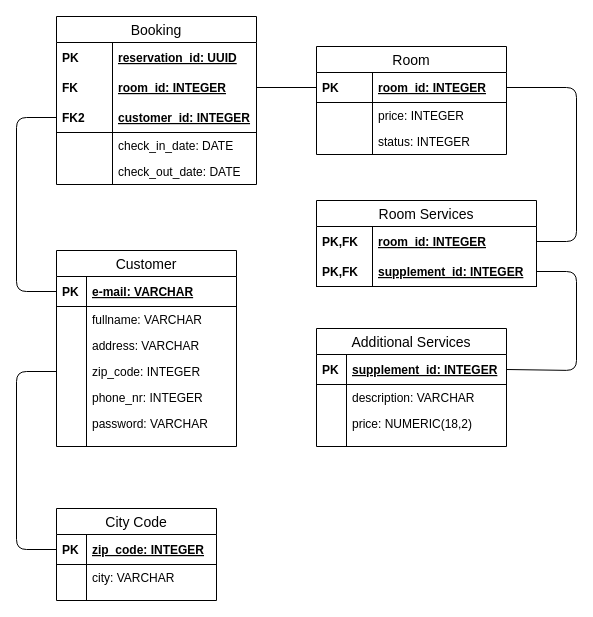
Earlier version of the draw.io diagram Dokumentation/RDS.drawio (NansyT/CountryLiving). Source tidied: cells renumbered, new cells numbered last; positions are measured from the earlier drawing's top-left corner, leaving out a move shared by most shapes. Both pictures are drawn from the tidied source at 100%, with x=0, y=0 at pixel (16, 16).
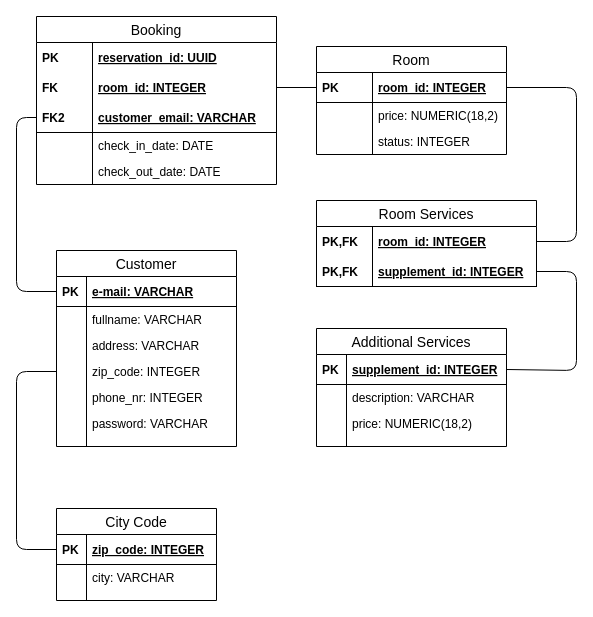
Above is the later version.

Unchanged cells that the change refers to:
```xml
<mxCell id="2" value="Room" style="swimlane;fontStyle=0;horizontal=1;startSize=26;align=center;fontSize=14;" parent="1" vertex="1">
  <mxGeometry x="300" y="30" width="190" height="108" as="geometry" />
</mxCell>
```

Change to the diagram source:
```diff
@@
-    <mxCell id="5" value="price: INTEGER" style="shape=partialRectangle;top=0;left=0;right=0;bottom=0;align=left;verticalAlign=top;fillColor=none;spacingLeft=60;spacingRight=4;overflow=hidden;fontSize=12;" parent="2" vertex="1">
+    <mxCell id="5" value="price: NUMERIC(18,2)" style="shape=partialRectangle;top=0;left=0;right=0;bottom=0;align=left;verticalAlign=top;fillColor=none;spacingLeft=60;spacingRight=4;overflow=hidden;fontSize=12;" parent="2" vertex="1">
       <mxGeometry y="56" width="190" height="26" as="geometry" />
     </mxCell>
@@
     <mxCell id="11" value="Booking" style="swimlane;fontStyle=0;horizontal=1;startSize=26;align=center;fontSize=14;" parent="1" vertex="1">
-      <mxGeometry x="40" width="200" height="168" as="geometry" />
+      <mxGeometry x="20" width="240" height="168" as="geometry" />
     </mxCell>
     <mxCell id="12" value="reservation_id: UUID" style="shape=partialRectangle;top=0;left=0;right=0;bottom=0;align=left;verticalAlign=middle;fillColor=none;spacingLeft=60;spacingRight=4;overflow=hidden;fontStyle=5;fontSize=12;" parent="11" vertex="1">
-      <mxGeometry y="26" width="200" height="30" as="geometry" />
+      <mxGeometry y="26" width="240" height="30" as="geometry" />
     </mxCell>
@@
     <mxCell id="14" value="room_id: INTEGER" style="shape=partialRectangle;top=0;left=0;right=0;bottom=0;align=left;verticalAlign=middle;fillColor=none;spacingLeft=60;spacingRight=4;overflow=hidden;points=[[0,0.5],[1,0.5]];portConstraint=eastwest;fontStyle=5;fontSize=12;" parent="11" vertex="1">
-      <mxGeometry y="56" width="200" height="30" as="geometry" />
+      <mxGeometry y="56" width="240" height="30" as="geometry" />
     </mxCell>
@@
-    <mxCell id="16" value="customer_id: INTEGER" style="shape=partialRectangle;top=0;left=0;right=0;bottom=1;align=left;verticalAlign=middle;fillColor=none;spacingLeft=60;spacingRight=4;overflow=hidden;points=[[0,0.5],[1,0.5]];portConstraint=eastwest;fontStyle=5;fontSize=12;" parent="11" vertex="1">
-      <mxGeometry y="86" width="200" height="30" as="geometry" />
+    <mxCell id="16" value="customer_email: VARCHAR" style="shape=partialRectangle;top=0;left=0;right=0;bottom=1;align=left;verticalAlign=middle;fillColor=none;spacingLeft=60;spacingRight=4;overflow=hidden;points=[[0,0.5],[1,0.5]];portConstraint=eastwest;fontStyle=5;fontSize=12;" parent="11" vertex="1">
+      <mxGeometry y="86" width="240" height="30" as="geometry" />
     </mxCell>
@@
     <mxCell id="18" value="check_in_date: DATE" style="shape=partialRectangle;top=0;left=0;right=0;bottom=0;align=left;verticalAlign=top;fillColor=none;spacingLeft=60;spacingRight=4;overflow=hidden;fontSize=12;" parent="11" vertex="1">
-      <mxGeometry y="116" width="200" height="26" as="geometry" />
+      <mxGeometry y="116" width="240" height="26" as="geometry" />
     </mxCell>
@@
     <mxCell id="20" value="check_out_date: DATE" style="shape=partialRectangle;top=0;left=0;right=0;bottom=0;align=left;verticalAlign=top;fillColor=none;spacingLeft=60;spacingRight=4;overflow=hidden;fontSize=12;" parent="11" vertex="1">
-      <mxGeometry y="142" width="200" height="26" as="geometry" />
+      <mxGeometry y="142" width="240" height="26" as="geometry" />
     </mxCell>
```
